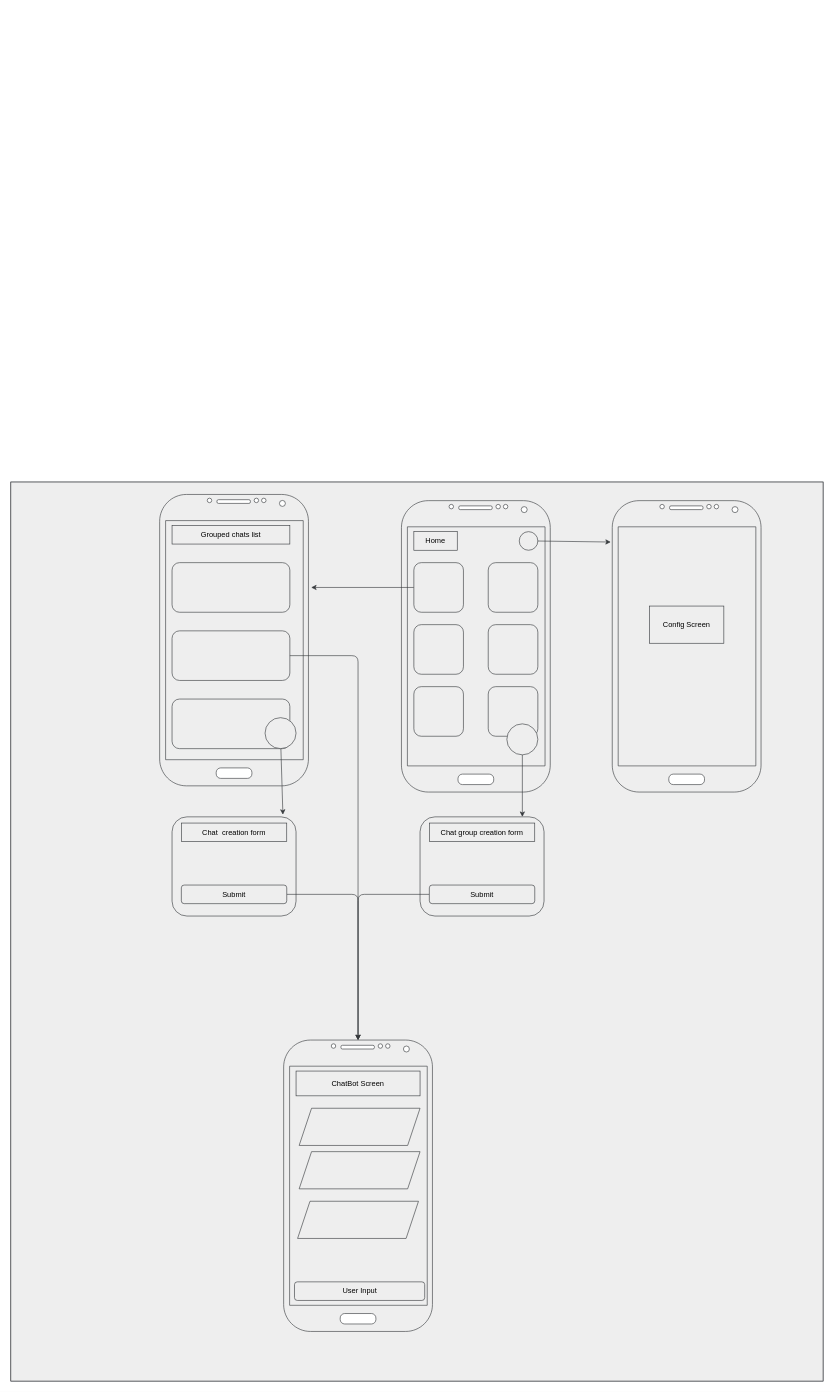
Before: documentation/feature_graphic.dio in pabrcno/topics, a draw.io diagram. Source tidied: cells renumbered, new cells numbered last; positions are measured from the earlier drawing's top-left corner, leaving out a move shared by most shapes. Both pictures are drawn from the tidied source at 62%, with x=0, y=0 at pixel (11, 482).
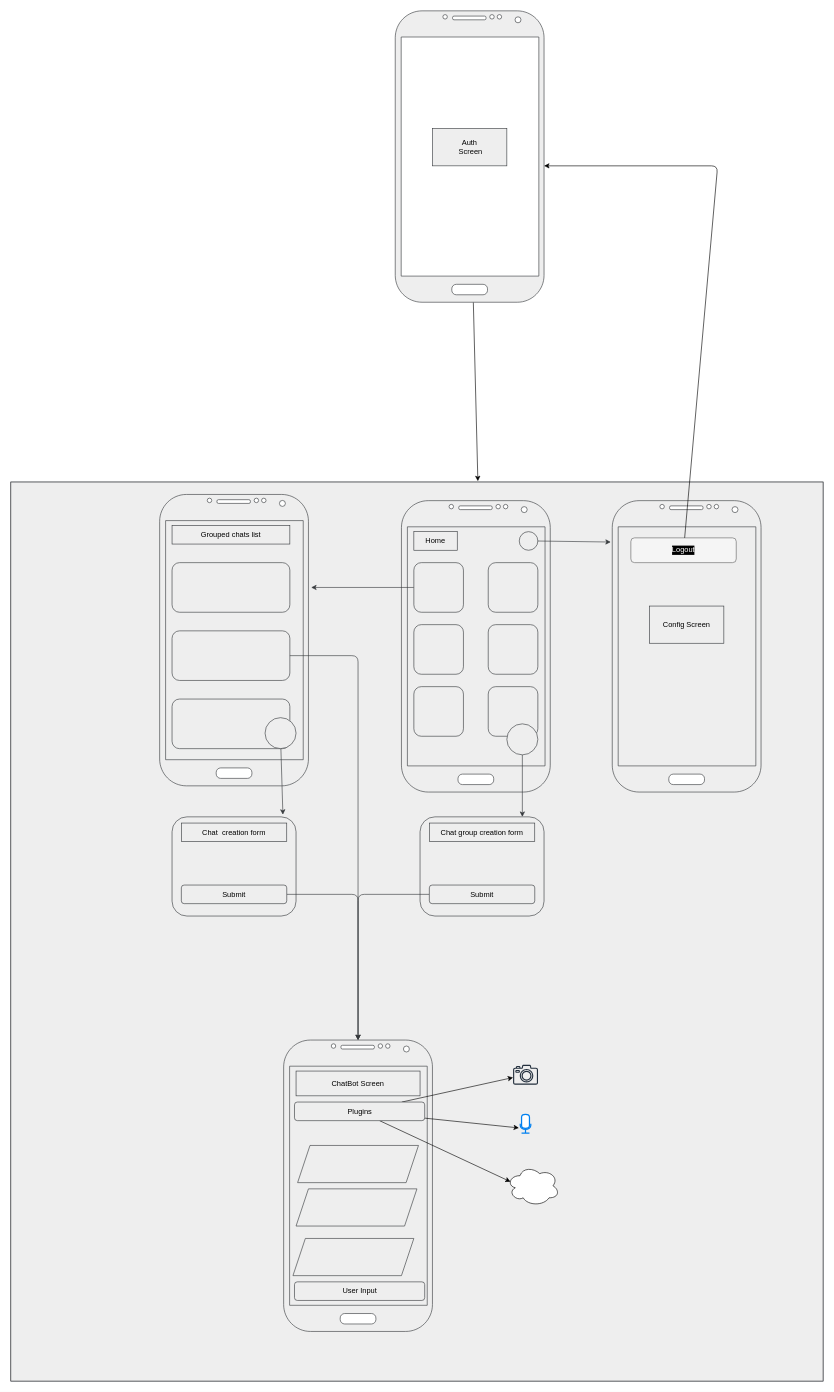
After the change.

Commit message:
create user repository

The change refers to these unchanged cells:
```xml
<mxCell id="2" style="group;fillColor=#eeeeee;strokeColor=#36393d;fontColor=#000000;" parent="1" vertex="1">
  <mxGeometry width="1310" height="1450" as="geometry" />
</mxCell>
<mxCell id="3" style="rounded=0;whiteSpace=wrap;html=1;fillColor=#eeeeee;strokeColor=#36393d;fontColor=#000000;" parent="2" vertex="1">
  <mxGeometry width="1310" height="1450" as="geometry" />
</mxCell>
```

What changed in the source:
```diff
@@
     <mxCell id="37" style="shape=parallelogram;perimeter=parallelogramPerimeter;whiteSpace=wrap;html=1;fixedSize=1;fillColor=#eeeeee;strokeColor=#36393d;fontColor=#000000;" parent="2" vertex="1">
-      <mxGeometry x="465" y="1010" width="195" height="60" as="geometry" />
+      <mxGeometry x="462.5" y="1070" width="195" height="60" as="geometry" />
     </mxCell>
     <mxCell id="38" style="shape=parallelogram;perimeter=parallelogramPerimeter;whiteSpace=wrap;html=1;fixedSize=1;fillColor=#eeeeee;strokeColor=#36393d;fontColor=#000000;" parent="2" vertex="1">
-      <mxGeometry x="465" y="1080" width="195" height="60" as="geometry" />
+      <mxGeometry x="460" y="1140" width="195" height="60" as="geometry" />
     </mxCell>
     <mxCell id="39" style="shape=parallelogram;perimeter=parallelogramPerimeter;whiteSpace=wrap;html=1;fixedSize=1;fillColor=#eeeeee;strokeColor=#36393d;fontColor=#000000;" parent="2" vertex="1">
-      <mxGeometry x="462.5" y="1160" width="195" height="60" as="geometry" />
+      <mxGeometry x="455" y="1220" width="195" height="60" as="geometry" />
     </mxCell>
@@
+    <mxCell id="41" style="edgeStyle=none;html=1;fontColor=#000000;" parent="2" edge="1" source="44" target="45">
+      <mxGeometry relative="1" as="geometry" />
+    </mxCell>
+    <mxCell id="42" style="edgeStyle=none;html=1;entryX=-0.125;entryY=0.725;entryDx=0;entryDy=0;entryPerimeter=0;fontColor=#000000;" parent="2" edge="1" source="44" target="46">
+      <mxGeometry relative="1" as="geometry" />
+    </mxCell>
+    <mxCell id="43" style="edgeStyle=none;html=1;entryX=0.07;entryY=0.4;entryDx=0;entryDy=0;entryPerimeter=0;fontColor=#000000;" parent="2" edge="1" source="44" target="47">
+      <mxGeometry relative="1" as="geometry" />
+    </mxCell>
+    <mxCell id="44" value="Plugins" style="rounded=1;whiteSpace=wrap;html=1;fillColor=#eeeeee;strokeColor=#36393d;fontColor=#000000;" parent="2" vertex="1">
+      <mxGeometry x="457.5" y="1000" width="210" height="30" as="geometry" />
+    </mxCell>
+    <mxCell id="45" style="sketch=0;outlineConnect=0;fontColor=#232F3E;gradientColor=none;fillColor=#232F3D;strokeColor=none;dashed=0;verticalLabelPosition=bottom;verticalAlign=top;align=center;html=1;fontSize=12;fontStyle=0;shape=mxgraph.aws4.camera2;" parent="2" vertex="1">
+      <mxGeometry x="810" y="940" width="40.3" height="32" as="geometry" />
+    </mxCell>
+    <mxCell id="46" style="html=1;verticalLabelPosition=bottom;align=center;labelBackgroundColor=#000000;verticalAlign=top;strokeWidth=2;strokeColor=#0080F0;shadow=0;dashed=0;shape=mxgraph.ios7.icons.microphone;fontColor=#000000;" parent="2" vertex="1">
+      <mxGeometry x="821.6" y="1020" width="17" height="30" as="geometry" />
+    </mxCell>
+    <mxCell id="47" style="ellipse;shape=cloud;whiteSpace=wrap;html=1;labelBackgroundColor=#000000;fontColor=#000000;" parent="2" vertex="1">
+      <mxGeometry x="800" y="1102.5" width="85" height="65" as="geometry" />
+    </mxCell>
+    <mxCell id="48" value="&lt;font color=&quot;#ffffff&quot;&gt;Logout&lt;/font&gt;" style="rounded=1;whiteSpace=wrap;html=1;labelBackgroundColor=#000000;fontColor=#333333;fillColor=#f5f5f5;strokeColor=#666666;" parent="2" vertex="1">
+      <mxGeometry x="1000" y="90" width="170" height="40" as="geometry" />
+    </mxCell>
+    <mxCell id="49" style="edgeStyle=none;html=1;entryX=0.575;entryY=-0.001;entryDx=0;entryDy=0;entryPerimeter=0;fontColor=#000000;" parent="1" edge="1" source="50" target="3">
+      <mxGeometry relative="1" as="geometry" />
+    </mxCell>
+    <mxCell id="50" style="verticalLabelPosition=bottom;verticalAlign=top;html=1;shadow=0;dashed=0;strokeWidth=1;shape=mxgraph.android.phone2;strokeColor=#36393d;fillColor=#eeeeee;fontColor=#000000;" parent="1" vertex="1">
+      <mxGeometry x="620" y="-760" width="240" height="470" as="geometry" />
+    </mxCell>
+    <mxCell id="51" value="Auth&lt;br&gt;&amp;nbsp;Screen" style="rounded=0;whiteSpace=wrap;html=1;fillColor=#eeeeee;strokeColor=#36393d;fontColor=#000000;" parent="1" vertex="1">
+      <mxGeometry x="680" y="-570" width="120" height="60" as="geometry" />
+    </mxCell>
+    <mxCell id="52" style="edgeStyle=none;html=1;fontColor=#FFFFFF;" parent="1" edge="1" source="48">
+      <mxGeometry relative="1" as="geometry">
+        <mxPoint x="860" y="-510" as="targetPoint" />
+        <Array as="points">
+          <mxPoint x="1140" y="-510" />
+        </Array>
+      </mxGeometry>
+    </mxCell>
```
